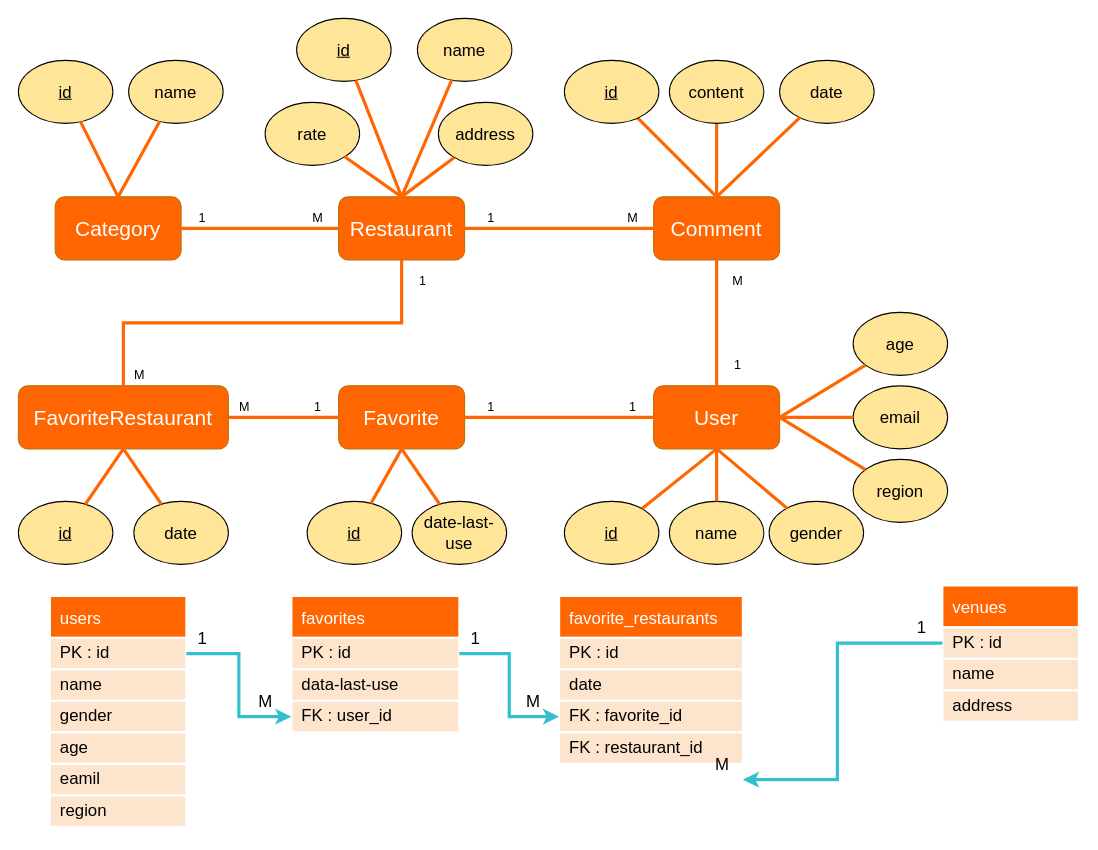
The draw.io diagram 餐廳論壇ERD+Schema.drawio.drawio in z88243310/bins, before the edit. Source tidied: cells renumbered, new cells numbered last; positions are measured from the earlier drawing's top-left corner, leaving out a move shared by most shapes. Both pictures are drawn from the tidied source at 105%, with x=0, y=0 at pixel (18, 18).
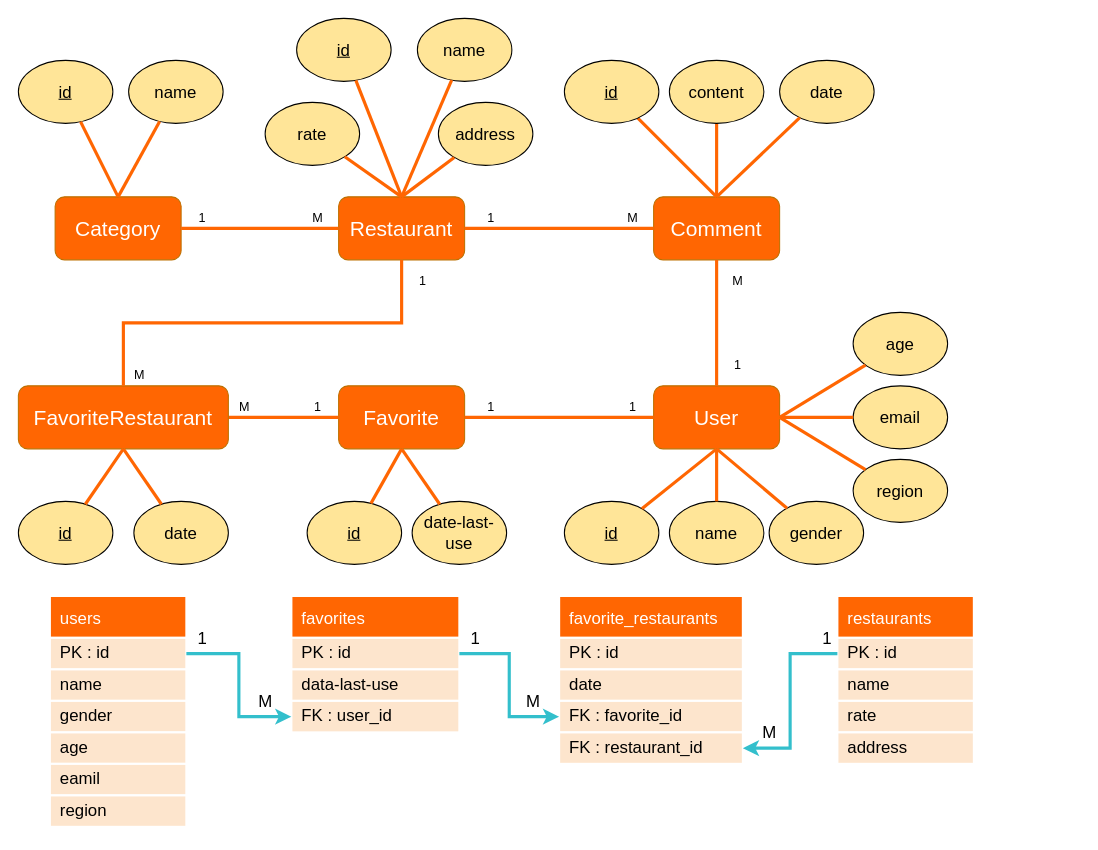
The same page after the edit.

Commit message (it also covers changes not shown here):
更新餐廳論壇ERD+Schema.drawio.drawio

Unchanged cells that the change refers to:
```xml
<mxCell id="20" value="FK : restaurant_id" style="text;strokeColor=#FFFFFF;fillColor=#FDE5CD;spacingLeft=10;spacingRight=0;overflow=hidden;points=[[0,0.5],[1,0.5]];portConstraint=eastwest;fontSize=16;strokeWidth=2;sketch=0;shadow=0;rounded=0;glass=0;spacing=0;" parent="16" vertex="1">
  <mxGeometry y="130" width="175" height="30" as="geometry" />
</mxCell>
<mxCell id="24" value="PK : id" style="text;strokeColor=#FFFFFF;fillColor=#FDE5CD;spacingLeft=10;spacingRight=0;overflow=hidden;points=[[0,0.5],[1,0.5]];portConstraint=eastwest;fontSize=16;strokeWidth=2;perimeterSpacing=0;sketch=0;shadow=0;rounded=0;glass=0;spacing=0;fontStyle=0;" parent="23" vertex="1">
  <mxGeometry y="40" width="130" height="30" as="geometry" />
</mxCell>
```

Diff of the diagram source:
```diff
@@
-    <mxCell id="23" value="venues" style="swimlane;fontStyle=0;horizontal=1;startSize=40;align=left;fontSize=16;fontColor=#FFFFFF;fillColor=#FF6602;spacing=0;strokeColor=#FFFFFF;strokeWidth=2;spacingLeft=10;" parent="1" vertex="1">
-      <mxGeometry x="880" y="540" width="130" height="130" as="geometry" />
+    <mxCell id="23" value="restaurants" style="swimlane;fontStyle=0;horizontal=1;startSize=40;align=left;fontSize=16;fontColor=#FFFFFF;fillColor=#FF6602;spacing=0;strokeColor=#FFFFFF;strokeWidth=2;spacingLeft=10;" parent="1" vertex="1">
+      <mxGeometry x="780" y="550" width="130" height="160" as="geometry" />
     </mxCell>
@@
-    <mxCell id="26" value="address" style="text;strokeColor=#FFFFFF;fillColor=#FDE5CD;spacingLeft=10;spacingRight=0;overflow=hidden;fontSize=16;strokeWidth=2;sketch=0;shadow=0;rounded=0;glass=0;spacing=0;" parent="23" vertex="1">
+    <mxCell id="26" value="rate" style="text;strokeColor=#FFFFFF;fillColor=#FDE5CD;spacingLeft=10;spacingRight=0;overflow=hidden;fontSize=16;strokeWidth=2;sketch=0;shadow=0;rounded=0;glass=0;spacing=0;" parent="23" vertex="1">
       <mxGeometry y="100" width="130" height="30" as="geometry" />
     </mxCell>
+    <mxCell id="93" value="address" style="text;strokeColor=#FFFFFF;fillColor=#FDE5CD;spacingLeft=10;spacingRight=0;overflow=hidden;fontSize=16;strokeWidth=2;sketch=0;shadow=0;rounded=0;glass=0;spacing=0;" parent="23" vertex="1">
+      <mxGeometry y="130" width="130" height="30" as="geometry" />
+    </mxCell>
-    <mxCell id="27" style="edgeStyle=orthogonalEdgeStyle;rounded=0;jettySize=auto;html=1;fontSize=16;fontColor=#FFFFFF;strokeWidth=3;strokeColor=#33BFCC;entryX=1;entryY=0.5;entryDx=0;entryDy=0;exitX=0;exitY=0.5;exitDx=0;exitDy=0;" parent="1" edge="1" source="24">
-      <mxGeometry relative="1" as="geometry">
-        <mxPoint x="690" y="725" as="targetPoint" />
-        <Array as="points">
-          <mxPoint x="780" y="595" />
-          <mxPoint x="780" y="725" />
-        </Array>
-      </mxGeometry>
+    <mxCell id="27" style="edgeStyle=orthogonalEdgeStyle;rounded=0;jettySize=auto;html=1;fontSize=16;fontColor=#FFFFFF;strokeWidth=3;strokeColor=#33BFCC;entryX=1;entryY=0.5;entryDx=0;entryDy=0;exitX=0;exitY=0.5;exitDx=0;exitDy=0;" parent="1" edge="1" source="24" target="20">
+      <mxGeometry relative="1" as="geometry" />
     </mxCell>
     <mxCell id="28" value="M" style="text;html=1;align=center;verticalAlign=middle;strokeColor=none;fillColor=none;fontSize=16;fontColor=#000000;" parent="1" vertex="1">
-      <mxGeometry x="655" y="700" width="30" height="20" as="geometry" />
+      <mxGeometry x="700" y="670" width="30" height="20" as="geometry" />
     </mxCell>
     <mxCell id="29" value="1" style="text;html=1;align=center;verticalAlign=middle;strokeColor=none;fillColor=none;fontSize=16;fontColor=#000000;" parent="1" vertex="1">
-      <mxGeometry x="850" y="570" width="20" height="20" as="geometry" />
+      <mxGeometry x="760" y="580" width="20" height="20" as="geometry" />
     </mxCell>
```
